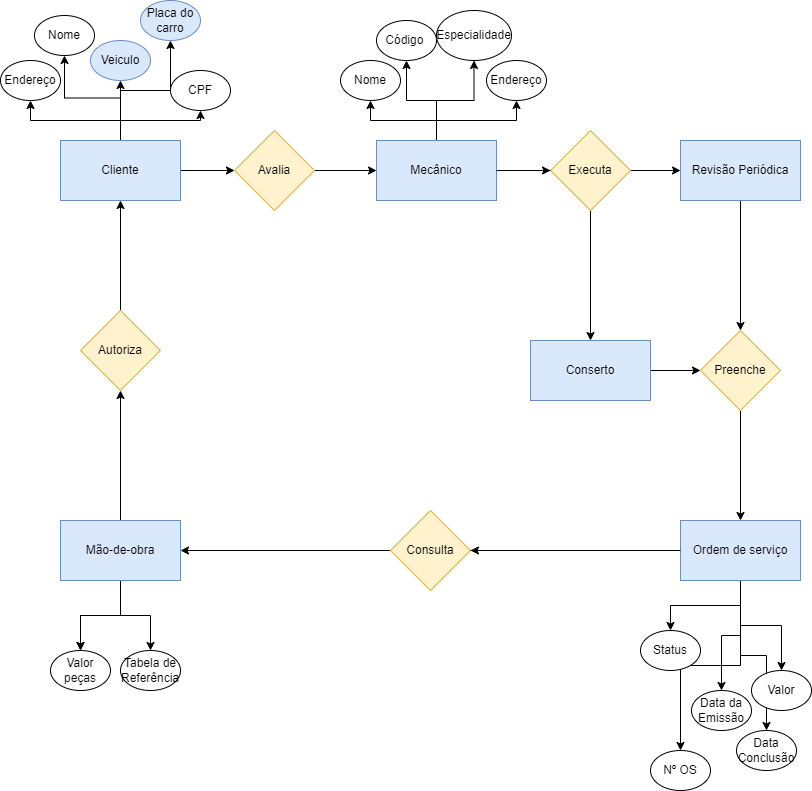
This is Diagrama sem nome.drawio.png from Hejociara/BancoDados_EsquemaConceitual, a draw.io export, as it was before one commit. Source tidied: cells renumbered, new cells last; positions are measured from the earlier drawing's top-left corner, leaving out a move shared by most shapes.
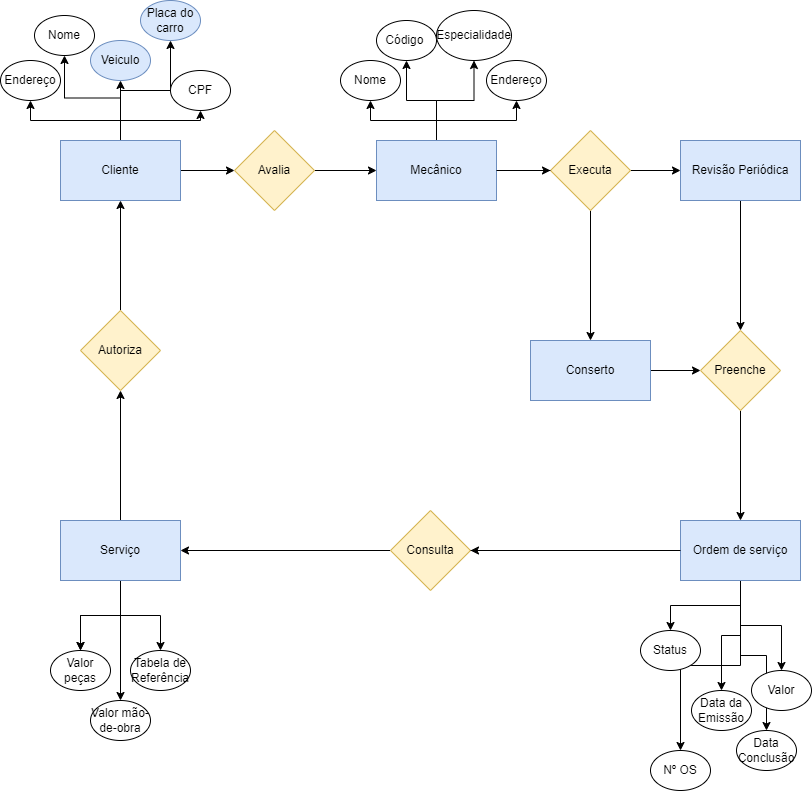
Above is the later version.

Change to the diagram source:
```diff
@@ -35,7 +35,10 @@
     <mxCell id="12" style="edgeStyle=orthogonalEdgeStyle;rounded=0;jettySize=auto;html=1;" parent="1" edge="1" source="13" target="51">
       <mxGeometry relative="1" as="geometry" />
     </mxCell>
+    <mxCell id="60" style="edgeStyle=orthogonalEdgeStyle;rounded=0;jettySize=auto;html=1;" parent="1" edge="1" source="13" target="61">
+      <mxGeometry relative="1" as="geometry" />
+    </mxCell>
-    <mxCell id="13" value="Mão-de-obra" style="rounded=0;whiteSpace=wrap;html=1;fillColor=#dae8fc;strokeColor=#6c8ebf;" parent="1" vertex="1">
+    <mxCell id="13" value="Serviço" style="rounded=0;whiteSpace=wrap;html=1;fillColor=#dae8fc;strokeColor=#6c8ebf;" parent="1" vertex="1">
       <mxGeometry x="60" y="520" width="120" height="60" as="geometry" />
     </mxCell>
     <mxCell id="14" style="edgeStyle=orthogonalEdgeStyle;rounded=0;jettySize=auto;html=1;" parent="1" edge="1" source="20" target="24">
@@ -156,7 +159,7 @@
       <mxGeometry relative="1" as="geometry" />
     </mxCell>
     <mxCell id="53" value="Tabela de Referência" style="ellipse;whiteSpace=wrap;html=1;rounded=0;" parent="1" vertex="1">
-      <mxGeometry x="120" y="650" width="60" height="40" as="geometry" />
+      <mxGeometry x="130" y="650" width="60" height="40" as="geometry" />
     </mxCell>
     <mxCell id="54" value="Executa" style="rhombus;whiteSpace=wrap;html=1;fillColor=#fff2cc;strokeColor=#d6b656;rounded=0;" parent="1" vertex="1">
       <mxGeometry x="550" y="130" width="80" height="80" as="geometry" />
@@ -176,5 +179,8 @@
     <mxCell id="59" style="edgeStyle=orthogonalEdgeStyle;rounded=0;jettySize=auto;html=1;endArrow=none;" parent="1" edge="1" source="20" target="58">
       <mxGeometry relative="1" as="geometry" />
     </mxCell>
+    <mxCell id="61" value="Valor mão-de-obra" style="ellipse;whiteSpace=wrap;html=1;rounded=0;" parent="1" vertex="1">
+      <mxGeometry x="90" y="700" width="60" height="40" as="geometry" />
+    </mxCell>
   </root>
 </mxGraphModel>
```
